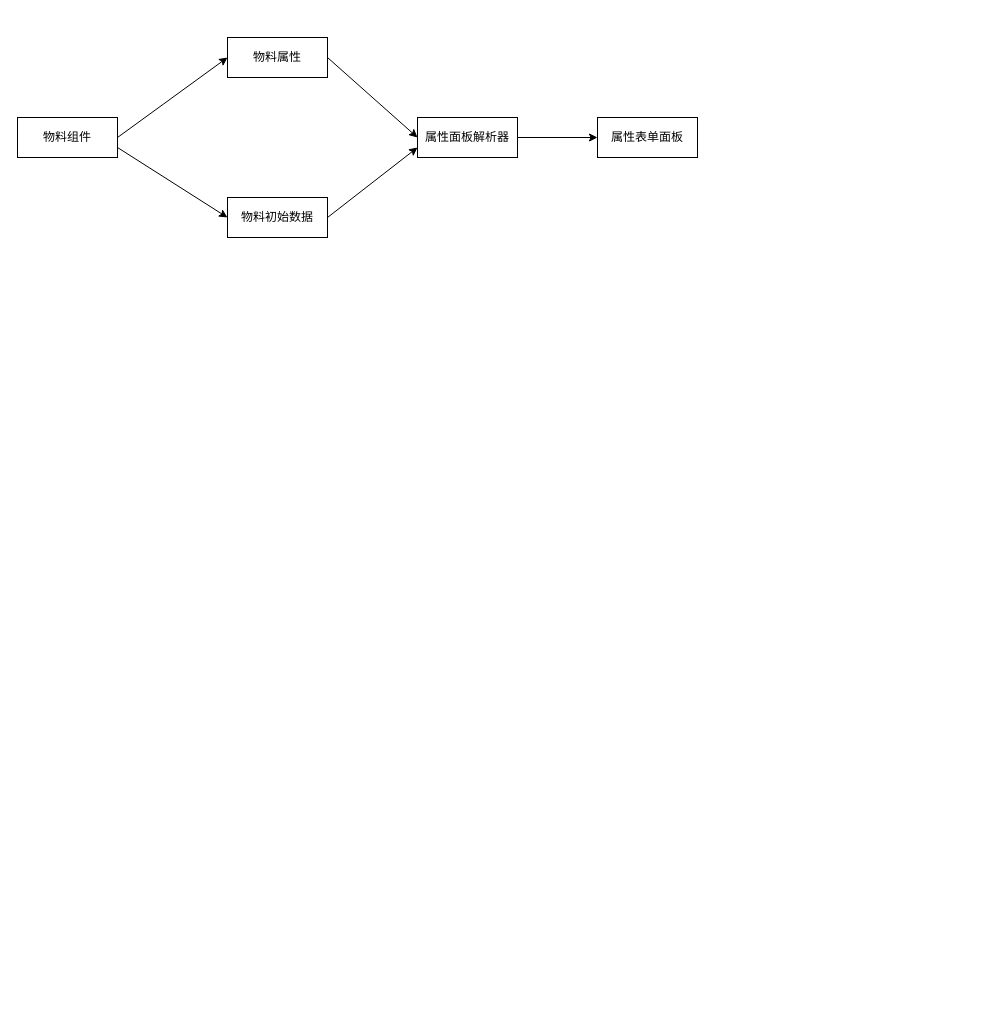
Before: 属性面板.drawio in yuxinyu12345/diagrams, a draw.io diagram. Source tidied: cells renumbered, new cells numbered last; positions are measured from the earlier drawing's top-left corner, leaving out a move shared by most shapes. Both pictures are drawn from the tidied source at 100%, with x=0, y=0 at pixel (17, 37).
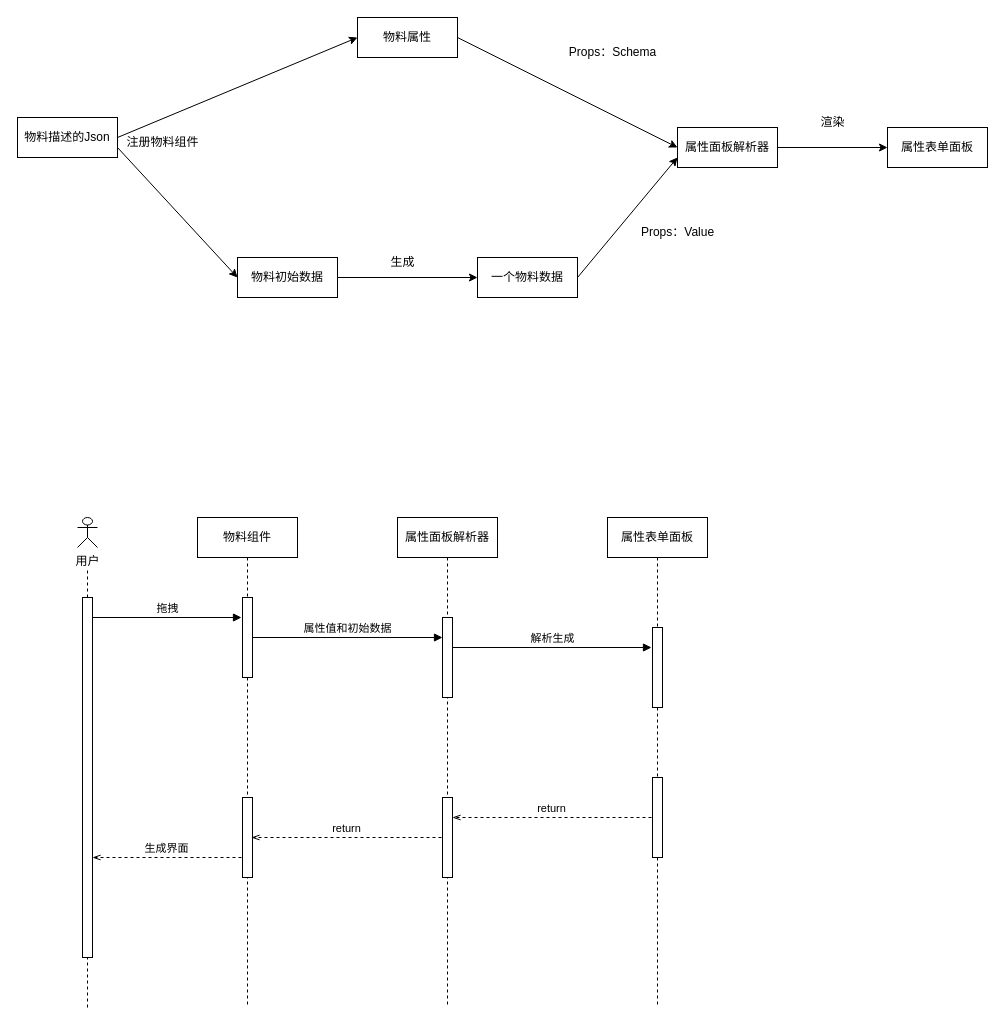
Above is the later version.

Commit message (it also covers changes not shown here):
更新属性面板.drawio

The edit, as a diff of the source:
```diff
@@
-    <mxCell id="2" value="物料组件" style="rounded=0;whiteSpace=wrap;html=1;" parent="1" vertex="1">
+    <mxCell id="2" value="物料描述的Json" style="rounded=0;whiteSpace=wrap;html=1;" parent="1" vertex="1">
       <mxGeometry y="80" width="100" height="40" as="geometry" />
     </mxCell>
     <mxCell id="3" value="物料属性" style="rounded=0;whiteSpace=wrap;html=1;" parent="1" vertex="1">
-      <mxGeometry x="210" width="100" height="40" as="geometry" />
+      <mxGeometry x="340" y="-20" width="100" height="40" as="geometry" />
     </mxCell>
+    <mxCell id="12" style="edgeStyle=orthogonalEdgeStyle;rounded=0;jettySize=auto;html=1;exitX=1;exitY=0.5;exitDx=0;exitDy=0;" parent="1" edge="1" source="4" target="32">
+      <mxGeometry relative="1" as="geometry" />
+    </mxCell>
     <mxCell id="4" value="物料初始数据" style="rounded=0;whiteSpace=wrap;html=1;" parent="1" vertex="1">
-      <mxGeometry x="210" y="160" width="100" height="40" as="geometry" />
+      <mxGeometry x="220" y="220" width="100" height="40" as="geometry" />
     </mxCell>
     <mxCell id="5" value="属性面板解析器" style="rounded=0;whiteSpace=wrap;html=1;" parent="1" vertex="1">
-      <mxGeometry x="400" y="80" width="100" height="40" as="geometry" />
+      <mxGeometry x="660" y="90" width="100" height="40" as="geometry" />
     </mxCell>
     <mxCell id="6" value="属性表单面板" style="rounded=0;whiteSpace=wrap;html=1;" parent="1" vertex="1">
-      <mxGeometry x="580" y="80" width="100" height="40" as="geometry" />
+      <mxGeometry x="870" y="90" width="100" height="40" as="geometry" />
     </mxCell>
@@
-    <mxCell id="10" style="endArrow=classic;html=1;rounded=0;exitX=1;exitY=0.5;exitDx=0;exitDy=0;entryX=0;entryY=0.75;entryDx=0;entryDy=0;" parent="1" edge="1" source="4" target="5">
+    <mxCell id="10" style="endArrow=classic;html=1;rounded=0;exitX=1;exitY=0.5;exitDx=0;exitDy=0;entryX=0;entryY=0.75;entryDx=0;entryDy=0;" parent="1" edge="1" source="32" target="5">
       <mxGeometry relative="1" as="geometry" />
     </mxCell>
@@
+    <mxCell id="13" value="物料组件" style="shape=umlLifeline;perimeter=lifelinePerimeter;whiteSpace=wrap;html=1;newEdgeStyle={&quot;curved&quot;:0,&quot;rounded&quot;:0};" parent="1" vertex="1">
+      <mxGeometry x="180" y="480" width="100" height="490" as="geometry" />
+    </mxCell>
+    <mxCell id="14" style="html=1;points=[[0,0,0,0,5],[0,1,0,0,-5],[1,0,0,0,5],[1,1,0,0,-5]];perimeter=orthogonalPerimeter;outlineConnect=0;targetShapes=umlLifeline;portConstraint=eastwest;newEdgeStyle={&quot;curved&quot;:0,&quot;rounded&quot;:0};" parent="13" vertex="1">
+      <mxGeometry x="45" y="80" width="10" height="80" as="geometry" />
+    </mxCell>
+    <mxCell id="15" style="html=1;perimeter=orthogonalPerimeter;targetShapes=umlLifeline;newEdgeStyle={&quot;curved&quot;:0,&quot;rounded&quot;:0};" parent="13" vertex="1">
+      <mxGeometry x="45" y="280" width="10" height="80" as="geometry" />
+    </mxCell>
+    <mxCell id="16" value="属性面板解析器" style="shape=umlLifeline;perimeter=lifelinePerimeter;whiteSpace=wrap;html=1;newEdgeStyle={&quot;curved&quot;:0,&quot;rounded&quot;:0};" parent="1" vertex="1">
+      <mxGeometry x="380" y="480" width="100" height="490" as="geometry" />
+    </mxCell>
+    <mxCell id="17" style="html=1;points=[[0,0,0,0,5],[0,1,0,0,-5],[1,0,0,0,5],[1,1,0,0,-5]];perimeter=orthogonalPerimeter;outlineConnect=0;targetShapes=umlLifeline;portConstraint=eastwest;newEdgeStyle={&quot;curved&quot;:0,&quot;rounded&quot;:0};" parent="16" vertex="1">
+      <mxGeometry x="45" y="100" width="10" height="80" as="geometry" />
+    </mxCell>
+    <mxCell id="18" style="html=1;perimeter=orthogonalPerimeter;targetShapes=umlLifeline;newEdgeStyle={&quot;curved&quot;:0,&quot;rounded&quot;:0};" parent="16" vertex="1">
+      <mxGeometry x="45" y="280" width="10" height="80" as="geometry" />
+    </mxCell>
+    <mxCell id="19" value="属性表单面板" style="shape=umlLifeline;perimeter=lifelinePerimeter;whiteSpace=wrap;html=1;newEdgeStyle={&quot;curved&quot;:0,&quot;rounded&quot;:0};" parent="1" vertex="1">
+      <mxGeometry x="590" y="480" width="100" height="490" as="geometry" />
+    </mxCell>
+    <mxCell id="20" style="html=1;perimeter=orthogonalPerimeter;targetShapes=umlLifeline;newEdgeStyle={&quot;curved&quot;:0,&quot;rounded&quot;:0};" parent="19" vertex="1">
+      <mxGeometry x="45" y="110" width="10" height="80" as="geometry" />
+    </mxCell>
+    <mxCell id="21" style="html=1;perimeter=orthogonalPerimeter;targetShapes=umlLifeline;newEdgeStyle={&quot;curved&quot;:0,&quot;rounded&quot;:0};" parent="19" vertex="1">
+      <mxGeometry x="45" y="260" width="10" height="80" as="geometry" />
+    </mxCell>
+    <mxCell id="22" value="用户" style="shape=umlActor;verticalLabelPosition=bottom;verticalAlign=top;html=1;" parent="1" vertex="1">
+      <mxGeometry x="60" y="480" width="20" height="30" as="geometry" />
+    </mxCell>
+    <mxCell id="23" style="endArrow=none;dashed=1;html=1;rounded=0;" parent="1" edge="1" source="25">
+      <mxGeometry relative="1" as="geometry">
+        <mxPoint x="70" y="530" as="targetPoint" />
+      </mxGeometry>
+    </mxCell>
+    <mxCell id="24" style="endArrow=none;dashed=1;html=1;rounded=0;" parent="1" edge="1" target="25">
+      <mxGeometry relative="1" as="geometry">
+        <mxPoint x="70" y="970" as="sourcePoint" />
+      </mxGeometry>
+    </mxCell>
+    <mxCell id="25" style="html=1;points=[[0,0,0,0,5],[0,1,0,0,-5],[1,0,0,0,5],[1,1,0,0,-5]];perimeter=orthogonalPerimeter;outlineConnect=0;targetShapes=umlLifeline;portConstraint=eastwest;newEdgeStyle={&quot;curved&quot;:0,&quot;rounded&quot;:0};" parent="1" vertex="1">
+      <mxGeometry x="65" y="560" width="10" height="360" as="geometry" />
+    </mxCell>
+    <mxCell id="26" value="拖拽" style="html=1;verticalAlign=bottom;endArrow=block;curved=0;rounded=0;" parent="1" edge="1" source="25">
+      <mxGeometry x="0.01" relative="1" as="geometry">
+        <mxPoint x="224" y="580" as="targetPoint" />
+      </mxGeometry>
+    </mxCell>
+    <mxCell id="27" value="属性值和初始数据" style="html=1;verticalAlign=bottom;endArrow=block;curved=0;rounded=0;" parent="1" edge="1" source="14">
+      <mxGeometry relative="1" as="geometry">
+        <mxPoint x="425" y="600" as="targetPoint" />
+      </mxGeometry>
+    </mxCell>
+    <mxCell id="28" value="解析生成" style="html=1;verticalAlign=bottom;endArrow=block;curved=0;rounded=0;" parent="1" edge="1" source="17">
+      <mxGeometry relative="1" as="geometry">
+        <mxPoint x="634" y="610" as="targetPoint" />
+      </mxGeometry>
+    </mxCell>
+    <mxCell id="29" value="return" style="html=1;verticalAlign=bottom;endArrow=openThin;curved=0;rounded=0;dashed=1;endFill=0;" parent="1" edge="1">
+      <mxGeometry relative="1" as="geometry">
+        <mxPoint x="634" y="780" as="sourcePoint" />
+        <mxPoint x="435" y="780" as="targetPoint" />
+      </mxGeometry>
+    </mxCell>
+    <mxCell id="30" value="return" style="html=1;verticalAlign=bottom;endArrow=openThin;curved=0;rounded=0;dashed=1;endFill=0;" parent="1" edge="1">
+      <mxGeometry relative="1" as="geometry">
+        <mxPoint x="424" y="800" as="sourcePoint" />
+        <mxPoint x="234" y="800" as="targetPoint" />
+      </mxGeometry>
+    </mxCell>
+    <mxCell id="31" value="生成界面" style="html=1;verticalAlign=bottom;endArrow=openThin;curved=0;rounded=0;dashed=1;endFill=0;" parent="1" edge="1">
+      <mxGeometry x="0.01" relative="1" as="geometry">
+        <mxPoint x="224" y="820" as="sourcePoint" />
+        <mxPoint x="75" y="820" as="targetPoint" />
+      </mxGeometry>
+    </mxCell>
+    <mxCell id="32" value="一个物料数据" style="rounded=0;whiteSpace=wrap;html=1;" parent="1" vertex="1">
+      <mxGeometry x="460" y="220" width="100" height="40" as="geometry" />
+    </mxCell>
+    <mxCell id="33" value="注册物料组件" style="text;html=1;align=center;verticalAlign=middle;strokeColor=none;fillColor=none;" parent="1" vertex="1">
+      <mxGeometry x="95" y="90" width="100" height="30" as="geometry" />
+    </mxCell>
+    <mxCell id="34" value="Props：Schema" style="text;html=1;align=center;verticalAlign=middle;strokeColor=none;fillColor=none;" parent="1" vertex="1">
+      <mxGeometry x="540" width="110" height="30" as="geometry" />
+    </mxCell>
+    <mxCell id="35" value="Props：Value" style="text;html=1;align=center;verticalAlign=middle;strokeColor=none;fillColor=none;" parent="1" vertex="1">
+      <mxGeometry x="610" y="180" width="100" height="30" as="geometry" />
+    </mxCell>
+    <mxCell id="36" value="渲染" style="text;html=1;align=center;verticalAlign=middle;strokeColor=none;fillColor=none;" parent="1" vertex="1">
+      <mxGeometry x="790" y="70" width="50" height="30" as="geometry" />
+    </mxCell>
+    <mxCell id="37" value="生成" style="text;html=1;align=center;verticalAlign=middle;strokeColor=none;fillColor=none;" parent="1" vertex="1">
+      <mxGeometry x="360" y="210" width="50" height="30" as="geometry" />
+    </mxCell>
```
